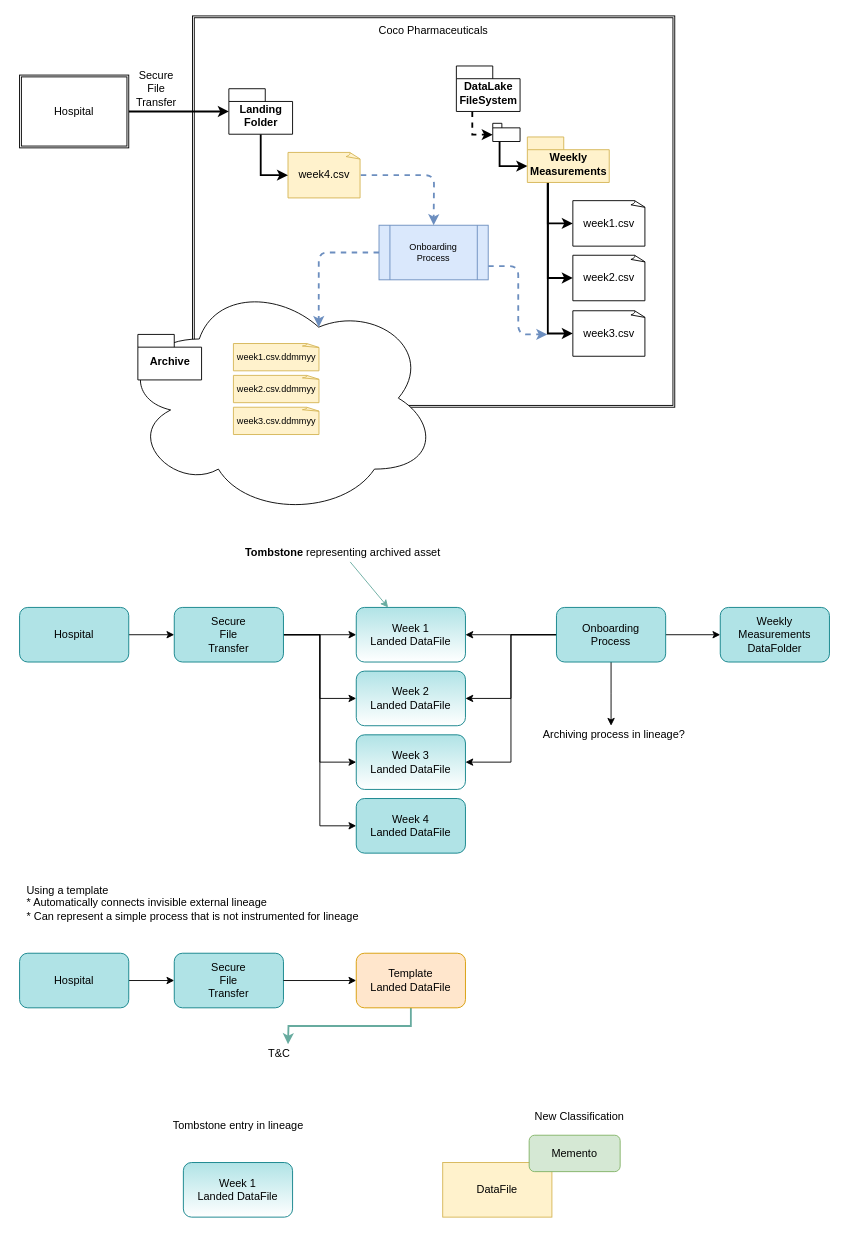
odpi/egeria keeps this draw.io diagram as page "file-lineage" (5 of 12) of open-metadata-publication/website/lineage/lineage.drawio. Above is the earlier version. Source tidied: cells renumbered, new cells numbered last; positions are measured from the earlier drawing's top-left corner, leaving out a move shared by most shapes. Both pictures are drawn from the tidied source at 91%, with x=0, y=0 at pixel (19, 15).
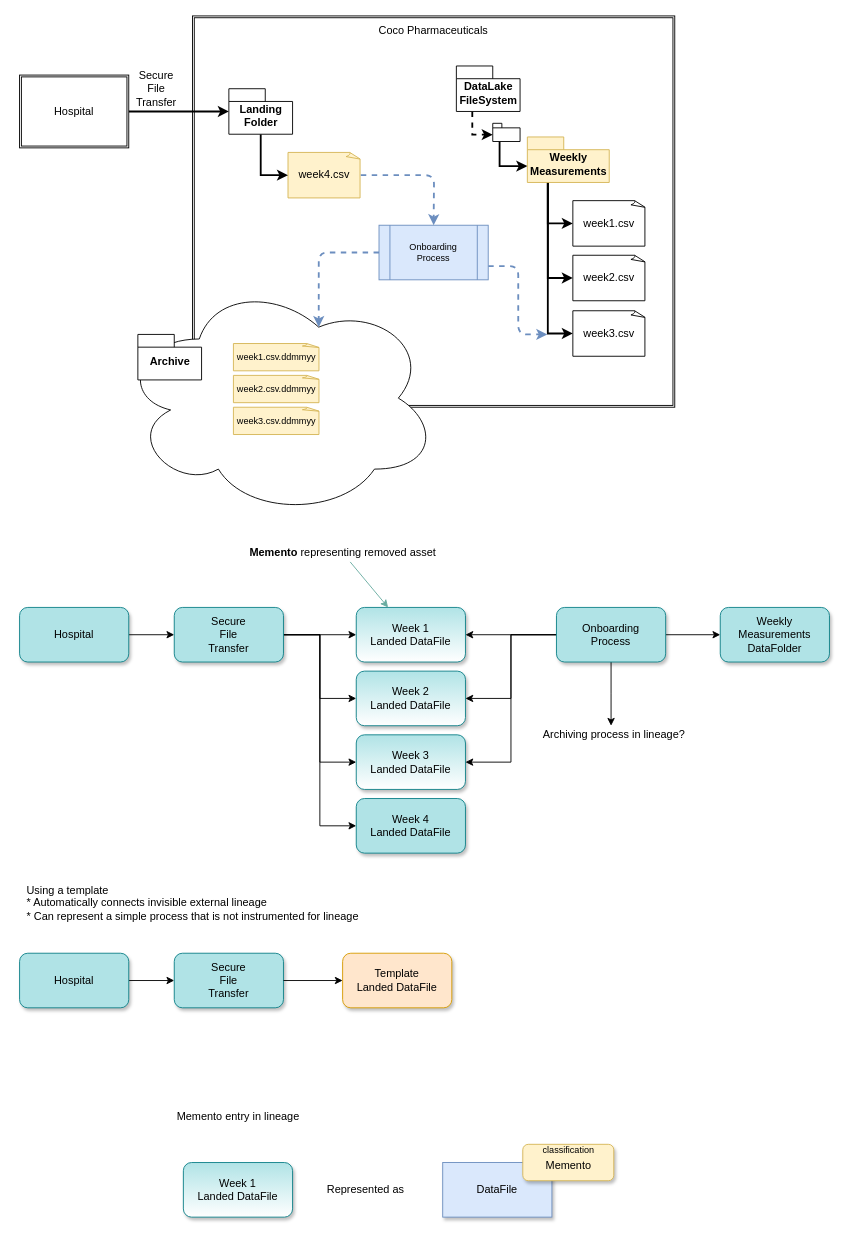
Above is the later version.

The edit, as a diff of the source:
```diff
@@
-    <mxCell id="30" value="Hospital" style="rounded=1;whiteSpace=wrap;html=1;fillColor=#b0e3e6;strokeColor=#0e8088;" parent="1" vertex="1">
+    <mxCell id="30" value="Hospital" style="rounded=1;whiteSpace=wrap;html=1;fillColor=#b0e3e6;strokeColor=#0e8088;shadow=1;" parent="1" vertex="1">
       <mxGeometry y="650" width="120" height="60" as="geometry" />
     </mxCell>
@@
-    <mxCell id="35" value="Secure&lt;br&gt;File&lt;br&gt;Transfer" style="rounded=1;whiteSpace=wrap;html=1;fillColor=#b0e3e6;strokeColor=#0e8088;" parent="1" vertex="1">
+    <mxCell id="35" value="Secure&lt;br&gt;File&lt;br&gt;Transfer" style="rounded=1;whiteSpace=wrap;html=1;fillColor=#b0e3e6;strokeColor=#0e8088;shadow=1;" parent="1" vertex="1">
       <mxGeometry x="170" y="650" width="120" height="60" as="geometry" />
     </mxCell>
-    <mxCell id="36" value="Week 1&lt;br&gt;Landed DataFile" style="rounded=1;whiteSpace=wrap;html=1;fillColor=#b0e3e6;strokeColor=#0e8088;gradientColor=#ffffff;" parent="1" vertex="1">
+    <mxCell id="36" value="Week 1&lt;br&gt;Landed DataFile" style="rounded=1;whiteSpace=wrap;html=1;fillColor=#b0e3e6;strokeColor=#0e8088;gradientColor=#ffffff;shadow=1;" parent="1" vertex="1">
       <mxGeometry x="370" y="650" width="120" height="60" as="geometry" />
     </mxCell>
@@
-    <mxCell id="42" value="Onboarding&lt;br&gt;Process" style="rounded=1;whiteSpace=wrap;html=1;fillColor=#b0e3e6;strokeColor=#0e8088;" parent="1" vertex="1">
+    <mxCell id="42" value="Onboarding&lt;br&gt;Process" style="rounded=1;whiteSpace=wrap;html=1;fillColor=#b0e3e6;strokeColor=#0e8088;shadow=1;" parent="1" vertex="1">
       <mxGeometry x="590" y="650" width="120" height="60" as="geometry" />
     </mxCell>
-    <mxCell id="43" value="Weekly Measurements&lt;br&gt;DataFolder" style="rounded=1;whiteSpace=wrap;html=1;fillColor=#b0e3e6;strokeColor=#0e8088;" parent="1" vertex="1">
+    <mxCell id="43" value="Weekly Measurements&lt;br&gt;DataFolder" style="rounded=1;whiteSpace=wrap;html=1;fillColor=#b0e3e6;strokeColor=#0e8088;shadow=1;" parent="1" vertex="1">
       <mxGeometry x="770" y="650" width="120" height="60" as="geometry" />
     </mxCell>
-    <mxCell id="44" value="Week 2&lt;br&gt;Landed DataFile" style="rounded=1;whiteSpace=wrap;html=1;fillColor=#b0e3e6;strokeColor=#0e8088;gradientColor=#ffffff;" parent="1" vertex="1">
+    <mxCell id="44" value="Week 2&lt;br&gt;Landed DataFile" style="rounded=1;whiteSpace=wrap;html=1;fillColor=#b0e3e6;strokeColor=#0e8088;gradientColor=#ffffff;shadow=1;" parent="1" vertex="1">
       <mxGeometry x="370" y="720" width="120" height="60" as="geometry" />
     </mxCell>
-    <mxCell id="45" value="Week 3&lt;br&gt;Landed DataFile" style="rounded=1;whiteSpace=wrap;html=1;fillColor=#b0e3e6;strokeColor=#0e8088;gradientColor=#ffffff;" parent="1" vertex="1">
+    <mxCell id="45" value="Week 3&lt;br&gt;Landed DataFile" style="rounded=1;whiteSpace=wrap;html=1;fillColor=#b0e3e6;strokeColor=#0e8088;gradientColor=#ffffff;shadow=1;" parent="1" vertex="1">
       <mxGeometry x="370" y="790" width="120" height="60" as="geometry" />
     </mxCell>
-    <mxCell id="46" value="Week 4&lt;br&gt;Landed DataFile" style="rounded=1;whiteSpace=wrap;html=1;fillColor=#b0e3e6;strokeColor=#0e8088;" parent="1" vertex="1">
+    <mxCell id="46" value="Week 4&lt;br&gt;Landed DataFile" style="rounded=1;whiteSpace=wrap;html=1;fillColor=#b0e3e6;strokeColor=#0e8088;shadow=1;" parent="1" vertex="1">
       <mxGeometry x="370" y="860" width="120" height="60" as="geometry" />
     </mxCell>
@@
-    <mxCell id="49" value="Hospital" style="rounded=1;whiteSpace=wrap;html=1;fillColor=#b0e3e6;strokeColor=#0e8088;" parent="1" vertex="1">
+    <mxCell id="49" value="Hospital" style="rounded=1;whiteSpace=wrap;html=1;fillColor=#b0e3e6;strokeColor=#0e8088;shadow=1;" parent="1" vertex="1">
       <mxGeometry y="1030" width="120" height="60" as="geometry" />
     </mxCell>
-    <mxCell id="50" value="Secure&lt;br&gt;File&lt;br&gt;Transfer" style="rounded=1;whiteSpace=wrap;html=1;fillColor=#b0e3e6;strokeColor=#0e8088;" parent="1" vertex="1">
+    <mxCell id="50" value="Secure&lt;br&gt;File&lt;br&gt;Transfer" style="rounded=1;whiteSpace=wrap;html=1;fillColor=#b0e3e6;strokeColor=#0e8088;shadow=1;" parent="1" vertex="1">
       <mxGeometry x="170" y="1030" width="120" height="60" as="geometry" />
     </mxCell>
@@
-    <mxCell id="52" style="edgeStyle=orthogonalEdgeStyle;rounded=0;jettySize=auto;html=1;exitX=0.5;exitY=1;exitDx=0;exitDy=0;strokeColor=#67AB9F;strokeWidth=2;fontSize=12;" parent="1" edge="1" source="53">
-      <mxGeometry relative="1" as="geometry">
-        <mxPoint x="295" y="1130" as="targetPoint" />
-      </mxGeometry>
-    </mxCell>
-    <mxCell id="53" value="Template&lt;br&gt;Landed DataFile" style="rounded=1;whiteSpace=wrap;html=1;fillColor=#ffe6cc;strokeColor=#d79b00;" parent="1" vertex="1">
-      <mxGeometry x="370" y="1030" width="120" height="60" as="geometry" />
+    <mxCell id="53" value="Template&lt;br&gt;Landed DataFile" style="rounded=1;whiteSpace=wrap;html=1;fillColor=#ffe6cc;strokeColor=#d79b00;shadow=1;" parent="1" vertex="1">
+      <mxGeometry x="355" y="1030" width="120" height="60" as="geometry" />
     </mxCell>
@@
-    <mxCell id="55" value="Week 1&lt;br&gt;Landed DataFile" style="rounded=1;whiteSpace=wrap;html=1;fillColor=#b0e3e6;strokeColor=#0e8088;gradientColor=#ffffff;" parent="1" vertex="1">
+    <mxCell id="55" value="Week 1&lt;br&gt;Landed DataFile" style="rounded=1;whiteSpace=wrap;html=1;fillColor=#b0e3e6;strokeColor=#0e8088;gradientColor=#ffffff;shadow=1;" parent="1" vertex="1">
       <mxGeometry x="180" y="1260" width="120" height="60" as="geometry" />
     </mxCell>
-    <mxCell id="56" value="DataFile" style="rounded=0;whiteSpace=wrap;html=1;fillColor=#fff2cc;strokeColor=#d6b656;" parent="1" vertex="1">
+    <mxCell id="56" value="DataFile" style="rounded=0;whiteSpace=wrap;html=1;fillColor=#dae8fc;strokeColor=#6c8ebf;shadow=1;" parent="1" vertex="1">
       <mxGeometry x="465" y="1260" width="120" height="60" as="geometry" />
     </mxCell>
-    <mxCell id="57" value="Memento" style="rounded=1;whiteSpace=wrap;html=1;fontSize=12;fillColor=#d5e8d4;strokeColor=#82b366;" parent="1" vertex="1">
-      <mxGeometry x="560" y="1230" width="100" height="40" as="geometry" />
+    <mxCell id="57" style="rounded=1;whiteSpace=wrap;html=1;fontSize=12;fillColor=#fff2cc;strokeColor=#d6b656;shadow=1;" parent="1" vertex="1">
+      <mxGeometry x="553" y="1240" width="100" height="40" as="geometry" />
     </mxCell>
-    <mxCell id="58" value="New Classification" style="text;html=1;align=center;verticalAlign=middle;fontSize=12;" parent="1" vertex="1">
-      <mxGeometry x="560" y="1200" width="110" height="20" as="geometry" />
+    <mxCell id="58" value="classification" style="text;html=1;align=center;verticalAlign=middle;fontSize=10;" parent="1" vertex="1">
+      <mxGeometry x="568" y="1236" width="70" height="20" as="geometry" />
     </mxCell>
-    <mxCell id="59" value="Tombstone entry in lineage" style="text;html=1;align=center;verticalAlign=middle;fontSize=12;" parent="1" vertex="1">
-      <mxGeometry x="160" y="1210" width="160" height="20" as="geometry" />
+    <mxCell id="59" value="Memento entry in lineage" style="text;html=1;align=center;verticalAlign=middle;fontSize=12;" parent="1" vertex="1">
+      <mxGeometry x="165" y="1200" width="150" height="20" as="geometry" />
     </mxCell>
@@
-    <mxCell id="61" value="&lt;b&gt;Tombstone &lt;/b&gt;representing archived asset" style="text;html=1;align=center;verticalAlign=middle;points=[];fontSize=12;" parent="1" vertex="1">
-      <mxGeometry x="240" y="580" width="230" height="20" as="geometry" />
+    <mxCell id="61" value="&lt;b&gt;Memento&amp;nbsp;&lt;/b&gt;representing removed asset" style="text;html=1;align=center;verticalAlign=middle;points=[];fontSize=12;" parent="1" vertex="1">
+      <mxGeometry x="245" y="580" width="220" height="20" as="geometry" />
     </mxCell>
-    <mxCell id="62" value="T&amp;amp;C" style="text;html=1;align=center;verticalAlign=middle;fontSize=12;" parent="1" vertex="1">
-      <mxGeometry x="265" y="1130" width="40" height="20" as="geometry" />
-    </mxCell>
+    <mxCell id="63" value="Represented as" style="text;html=1;align=center;verticalAlign=middle;fontSize=12;" parent="1" vertex="1">
+      <mxGeometry x="330" y="1280" width="100" height="20" as="geometry" />
+    </mxCell>
+    <mxCell id="64" value="Memento" style="text;html=1;align=center;verticalAlign=middle;fontSize=12;" parent="1" vertex="1">
+      <mxGeometry x="568" y="1254" width="70" height="20" as="geometry" />
+    </mxCell>
```
